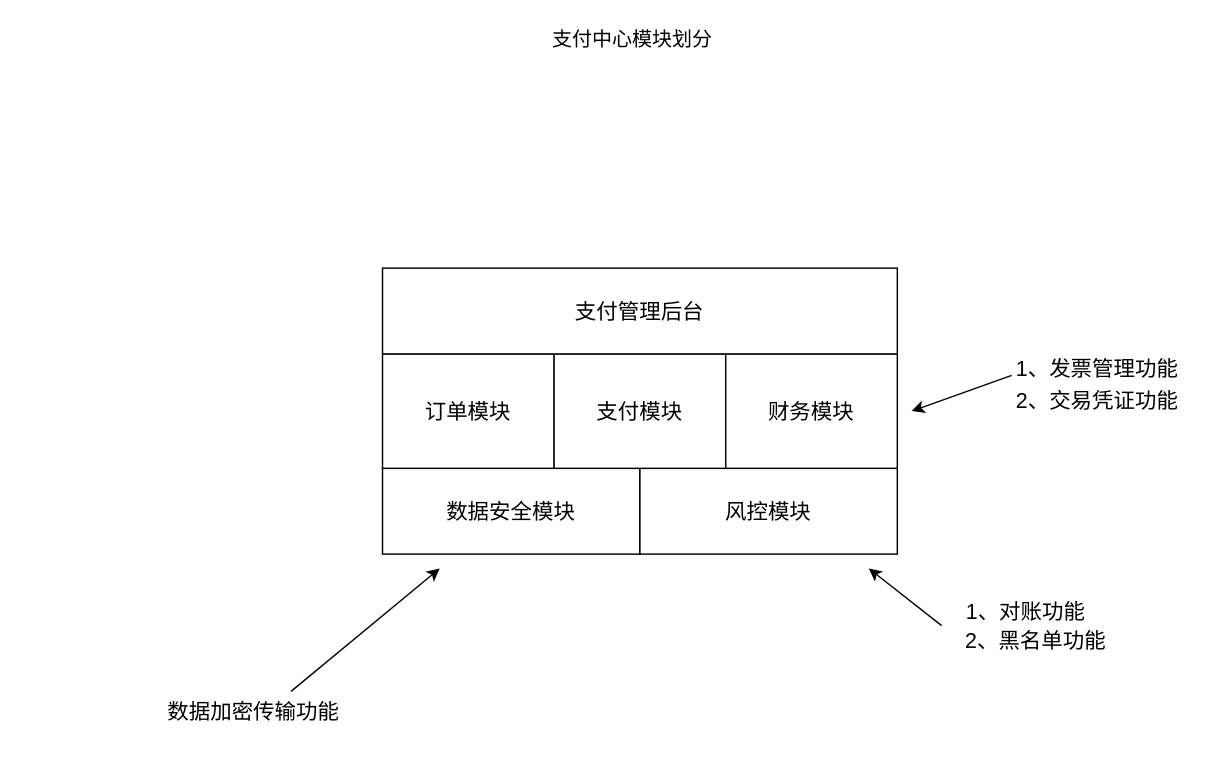
Earlier version of the draw.io diagram 支付中心.drawio (chenrushui/draw). Source tidied: cells renumbered, new cells numbered last; positions are measured from the earlier drawing's top-left corner, leaving out a move shared by most shapes. Both pictures are drawn from the tidied source at 143%, with x=0, y=0 at pixel (153, 24).
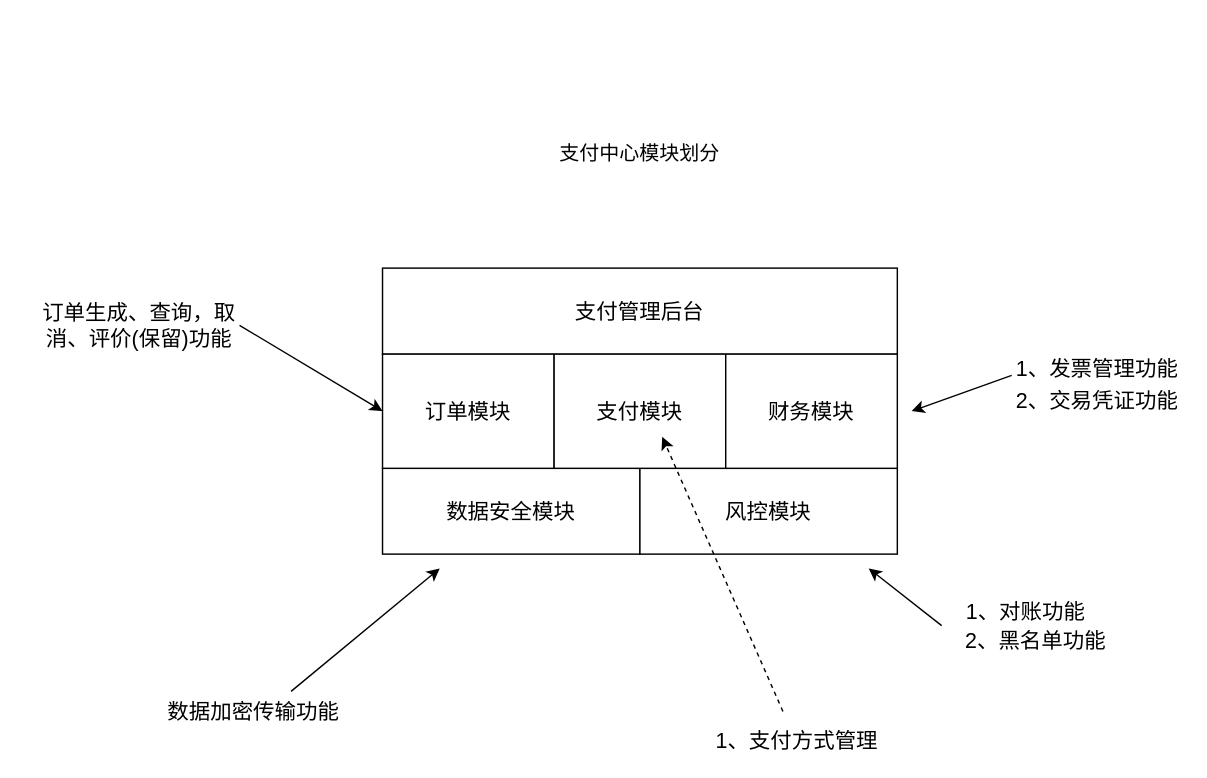
The same page after the edit.

Commit message (it also covers changes not shown here):
更新支付中心.drawio

The change refers to these unchanged cells:
```xml
<mxCell id="4" value="&lt;font style=&quot;font-size: 15px&quot;&gt;订单模块&lt;/font&gt;" style="rounded=0;whiteSpace=wrap;html=1;" parent="1" vertex="1">
  <mxGeometry x="160" y="230" width="120" height="80" as="geometry" />
</mxCell>
```

Change to the diagram source:
```diff
@@
     <mxCell id="7" value="&lt;font style=&quot;font-size: 14px&quot;&gt;支付中心模块划分&lt;/font&gt;" style="text;html=1;strokeColor=none;fillColor=none;align=center;verticalAlign=middle;whiteSpace=wrap;rounded=0;dashed=1;" parent="1" vertex="1">
-      <mxGeometry x="275" width="120" height="20" as="geometry" />
+      <mxGeometry x="280" y="80" width="120" height="20" as="geometry" />
     </mxCell>
@@
+    <mxCell id="17" value="订单生成、查询，取消、评价(保留)功能" style="text;html=1;strokeColor=none;fillColor=none;align=center;verticalAlign=middle;whiteSpace=wrap;rounded=0;fontSize=15;" parent="1" vertex="1">
+      <mxGeometry x="-90" y="200" width="160" height="20" as="geometry" />
+    </mxCell>
+    <mxCell id="18" style="endArrow=classic;html=1;fontSize=15;entryX=0;entryY=0.5;entryDx=0;entryDy=0;" parent="1" edge="1" target="4">
+      <mxGeometry relative="1" as="geometry">
+        <mxPoint x="60" y="210" as="sourcePoint" />
+      </mxGeometry>
+    </mxCell>
+    <mxCell id="19" value="1、支付方式管理" style="text;html=1;strokeColor=none;fillColor=none;align=center;verticalAlign=middle;whiteSpace=wrap;rounded=0;fontSize=15;" parent="1" vertex="1">
+      <mxGeometry x="380" y="490" width="140" height="20" as="geometry" />
+    </mxCell>
+    <mxCell id="20" style="endArrow=classic;html=1;fontSize=15;dashed=1;" parent="1" edge="1">
+      <mxGeometry relative="1" as="geometry">
+        <mxPoint x="440" y="480" as="sourcePoint" />
+        <mxPoint x="355.6" y="288" as="targetPoint" />
+      </mxGeometry>
+    </mxCell>
```
